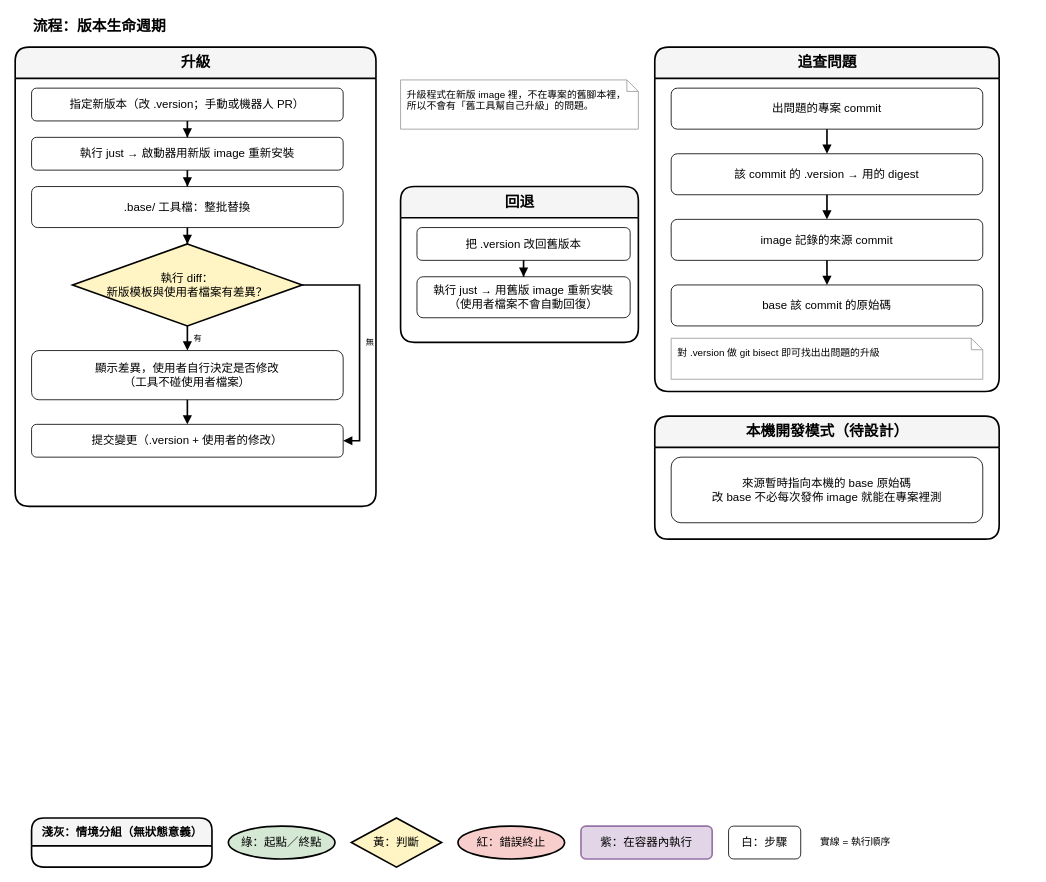
Above: page "4. 流程：版本生命週期" (4 of 7) of dist_distribution.drawio in ycpss91255-research/vendor_kit (draw.io), before the change. Source tidied: cells renumbered, new cells numbered last; positions are measured from the earlier drawing's top-left corner, leaving out a move shared by most shapes. Both pictures are drawn from the tidied source at 82%, with x=0, y=0 at pixel (15, 14).
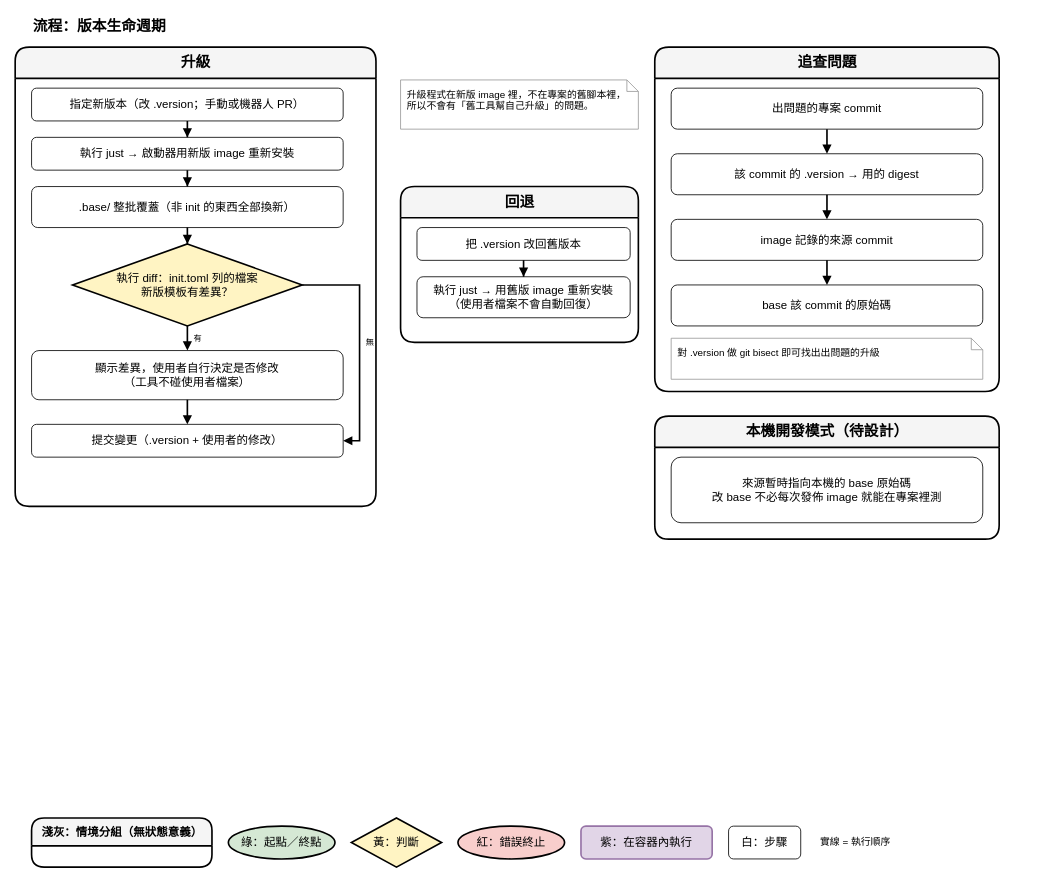
After the change.

Unchanged cells that the change refers to:
```xml
<mxCell id="3" value="升級" style="swimlane;html=1;rounded=1;startSize=38;fontStyle=1;fontSize=18;fillColor=#f5f5f5;swimlaneFillColor=#ffffff;strokeColor=#000000;strokeWidth=2;" parent="1" vertex="1">
  <mxGeometry y="40" width="440" height="560" as="geometry" />
</mxCell>
```

Diff of the diagram source:
```diff
@@
-    <mxCell id="6" value=".base/ 工具檔：整批替換" style="rounded=1;whiteSpace=wrap;html=1;fillColor=#ffffff;strokeColor=light-dark(#000000,#9577A3);fontSize=14;strokeWidth=1;" parent="3" vertex="1">
+    <mxCell id="6" value=".base/ 整批覆蓋（非 init 的東西全部換新）" style="rounded=1;whiteSpace=wrap;html=1;fillColor=#ffffff;strokeColor=light-dark(#000000,#9577A3);fontSize=14;strokeWidth=1;" parent="3" vertex="1">
       <mxGeometry x="20" y="170" width="380" height="50" as="geometry" />
     </mxCell>
-    <mxCell id="7" value="執行 diff：&lt;br&gt;新版模板與使用者檔案有差異？" style="rhombus;whiteSpace=wrap;html=1;fillColor=#FFF4C3;strokeColor=#000000;strokeWidth=2;fontSize=14;" parent="3" vertex="1">
+    <mxCell id="7" value="執行 diff：init.toml 列的檔案&lt;br&gt;新版模板有差異？" style="rhombus;whiteSpace=wrap;html=1;fillColor=#FFF4C3;strokeColor=#000000;strokeWidth=2;fontSize=14;" parent="3" vertex="1">
       <mxGeometry x="70" y="240" width="280" height="100" as="geometry" />
     </mxCell>
```
